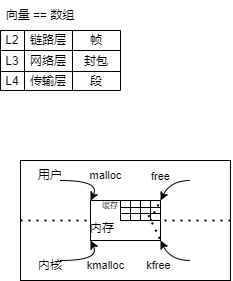
nayitian/drawio keeps this draw.io diagram as 深入理解Linux网络/简介.drawio.png. Above is the earlier version. Source tidied: cells renumbered, new cells last; positions are measured from the earlier drawing's top-left corner, leaving out a move shared by most shapes.
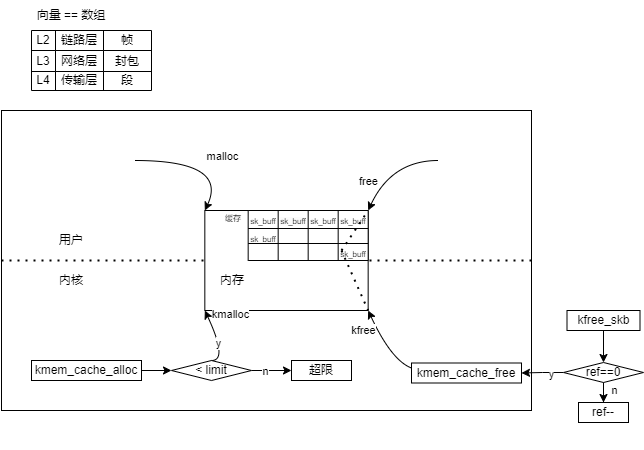
The same file after the commit.

What changed in the source:
```diff
@@ -44,26 +44,29 @@
     <mxCell id="15" value="&lt;font style=&quot;font-size: 12px;&quot;&gt;段&lt;/font&gt;" style="shape=partialRectangle;html=1;whiteSpace=wrap;strokeColor=inherit;overflow=hidden;fillColor=none;top=0;left=0;bottom=0;right=0;fontSize=12;" parent="12" vertex="1">
       <mxGeometry x="72" width="48" height="19" as="geometry" />
     </mxCell>
+    <mxCell id="49" style="group;" parent="1" vertex="1">
+      <mxGeometry x="10" y="110" width="490" height="340" as="geometry" />
+    </mxCell>
-    <mxCell id="16" style="rounded=0;whiteSpace=wrap;html=1;" parent="1" vertex="1">
-      <mxGeometry x="20" y="160" width="210" height="120" as="geometry" />
+    <mxCell id="16" style="rounded=0;whiteSpace=wrap;html=1;" parent="49" vertex="1">
+      <mxGeometry x="-40" width="530" height="300" as="geometry" />
     </mxCell>
-    <mxCell id="17" style="endArrow=none;dashed=1;html=1;dashPattern=1 3;strokeWidth=2;rounded=0;exitX=0;exitY=0.5;exitDx=0;exitDy=0;entryX=1;entryY=0.5;entryDx=0;entryDy=0;" parent="1" edge="1" source="16" target="16">
+    <mxCell id="17" style="endArrow=none;dashed=1;html=1;dashPattern=1 3;strokeWidth=2;rounded=0;exitX=0;exitY=0.5;exitDx=0;exitDy=0;entryX=1;entryY=0.5;entryDx=0;entryDy=0;" parent="49" edge="1" source="16" target="16">
       <mxGeometry relative="1" as="geometry" />
     </mxCell>
-    <mxCell id="18" value="用户" style="text;html=1;align=center;verticalAlign=middle;whiteSpace=wrap;rounded=0;" parent="1" vertex="1">
-      <mxGeometry x="20" y="160" width="60" height="30" as="geometry" />
+    <mxCell id="18" value="用户" style="text;html=1;align=center;verticalAlign=middle;whiteSpace=wrap;rounded=0;" parent="49" vertex="1">
+      <mxGeometry y="110" width="60" height="40" as="geometry" />
     </mxCell>
-    <mxCell id="19" value="内核" style="text;html=1;align=center;verticalAlign=middle;whiteSpace=wrap;rounded=0;" parent="1" vertex="1">
-      <mxGeometry x="20" y="250" width="60" height="30" as="geometry" />
+    <mxCell id="19" value="内核" style="text;html=1;align=center;verticalAlign=middle;whiteSpace=wrap;rounded=0;" parent="49" vertex="1">
+      <mxGeometry y="150" width="60" height="40" as="geometry" />
     </mxCell>
-    <mxCell id="20" style="rounded=0;whiteSpace=wrap;html=1;" parent="1" vertex="1">
-      <mxGeometry x="90" y="200" width="70" height="40" as="geometry" />
+    <mxCell id="20" style="rounded=0;whiteSpace=wrap;html=1;" parent="49" vertex="1">
+      <mxGeometry x="163.3" y="100" width="163.3" height="100" as="geometry" />
     </mxCell>
-    <mxCell id="21" style="endArrow=classic;html=1;rounded=0;entryX=0;entryY=0;entryDx=0;entryDy=0;curved=1;" parent="1" edge="1" target="20">
+    <mxCell id="21" style="endArrow=classic;html=1;rounded=0;entryX=0;entryY=0;entryDx=0;entryDy=0;curved=1;" parent="49" edge="1" target="20">
       <mxGeometry relative="1" as="geometry">
-        <mxPoint x="60" y="180" as="sourcePoint" />
+        <mxPoint x="93.3" y="50" as="sourcePoint" />
         <Array as="points">
-          <mxPoint x="100" y="180" />
+          <mxPoint x="186.7" y="50" />
         </Array>
       </mxGeometry>
     </mxCell>
@@ -72,109 +75,159 @@
         <mxPoint x="14" y="-4" as="offset" />
       </mxGeometry>
     </mxCell>
-    <mxCell id="23" style="endArrow=classic;html=1;rounded=0;entryX=0;entryY=0;entryDx=0;entryDy=0;curved=1;" parent="1" edge="1">
+    <mxCell id="23" style="endArrow=classic;html=1;rounded=0;entryX=0;entryY=0;entryDx=0;entryDy=0;curved=1;" parent="49" edge="1">
       <mxGeometry relative="1" as="geometry">
-        <mxPoint x="190" y="180" as="sourcePoint" />
-        <mxPoint x="160" y="200" as="targetPoint" />
+        <mxPoint x="396.7" y="50" as="sourcePoint" />
+        <mxPoint x="326.7" y="100" as="targetPoint" />
         <Array as="points">
-          <mxPoint x="170" y="180" />
+          <mxPoint x="350" y="50" />
         </Array>
       </mxGeometry>
     </mxCell>
     <mxCell id="24" value="free" style="edgeLabel;html=1;align=center;verticalAlign=middle;" parent="23" vertex="1">
       <mxGeometry x="-0.01" y="1" relative="1" as="geometry">
-        <mxPoint x="-11" y="-6" as="offset" />
+        <mxPoint x="-23" y="17" as="offset" />
       </mxGeometry>
     </mxCell>
-    <mxCell id="25" style="endArrow=classic;html=1;rounded=0;entryX=0;entryY=0;entryDx=0;entryDy=0;curved=1;" parent="1" edge="1">
+    <mxCell id="25" style="endArrow=classic;html=1;rounded=0;entryX=0;entryY=0;entryDx=0;entryDy=0;curved=1;exitX=0.5;exitY=0;exitDx=0;exitDy=0;" parent="49" edge="1" source="56">
       <mxGeometry relative="1" as="geometry">
-        <mxPoint x="60" y="260" as="sourcePoint" />
-        <mxPoint x="90" y="240" as="targetPoint" />
+        <mxPoint x="163.3" y="200" as="targetPoint" />
         <Array as="points">
-          <mxPoint x="100" y="260" />
+          <mxPoint x="186.7" y="250" />
         </Array>
       </mxGeometry>
     </mxCell>
     <mxCell id="26" value="kmalloc" style="edgeLabel;html=1;align=center;verticalAlign=middle;" parent="25" vertex="1">
       <mxGeometry x="-0.01" y="1" relative="1" as="geometry">
-        <mxPoint x="14" y="6" as="offset" />
+        <mxPoint x="11" y="-30" as="offset" />
       </mxGeometry>
     </mxCell>
+    <mxCell id="50" value="y" style="edgeLabel;html=1;align=center;verticalAlign=middle;" parent="25" vertex="1">
+      <mxGeometry x="0.05" y="2" relative="1" as="geometry" />
+    </mxCell>
-    <mxCell id="27" style="endArrow=classic;html=1;rounded=0;entryX=0;entryY=0;entryDx=0;entryDy=0;curved=1;" parent="1" edge="1">
+    <mxCell id="27" style="endArrow=classic;html=1;rounded=0;entryX=0;entryY=0;entryDx=0;entryDy=0;curved=1;exitX=0;exitY=0.25;exitDx=0;exitDy=0;" parent="49" edge="1" source="51">
       <mxGeometry relative="1" as="geometry">
-        <mxPoint x="190" y="260" as="sourcePoint" />
-        <mxPoint x="160" y="240" as="targetPoint" />
+        <mxPoint x="326.7" y="200" as="targetPoint" />
         <Array as="points">
-          <mxPoint x="170" y="260" />
+          <mxPoint x="350" y="250" />
         </Array>
       </mxGeometry>
     </mxCell>
     <mxCell id="28" value="kfree" style="edgeLabel;html=1;align=center;verticalAlign=middle;" parent="27" vertex="1">
       <mxGeometry x="-0.01" y="1" relative="1" as="geometry">
-        <mxPoint x="-11" y="5" as="offset" />
+        <mxPoint x="-21" y="-17" as="offset" />
       </mxGeometry>
     </mxCell>
-    <mxCell id="29" style="shape=table;startSize=0;" parent="1" vertex="1">
-      <mxGeometry x="120" y="200" width="40" height="20" as="geometry" />
+    <mxCell id="29" style="shape=table;startSize=0;" parent="49" vertex="1">
+      <mxGeometry x="206.7" y="100" width="120" height="50" as="geometry" />
     </mxCell>
     <mxCell id="30" style="shape=tableRow;horizontal=0;startSize=0;swimlaneHead=0;swimlaneBody=0;strokeColor=inherit;top=0;left=0;bottom=0;right=0;fillColor=none;" parent="29" vertex="1">
-      <mxGeometry width="40" height="7" as="geometry" />
+      <mxGeometry width="120" height="18" as="geometry" />
     </mxCell>
-    <mxCell id="31" style="shape=partialRectangle;html=1;whiteSpace=wrap;strokeColor=inherit;overflow=hidden;fillColor=none;top=0;left=0;bottom=0;right=0;" parent="30" vertex="1">
-      <mxGeometry width="10" height="7" as="geometry" />
+    <mxCell id="31" value="&lt;span style=&quot;font-size: 8px;&quot;&gt;sk_buff&lt;/span&gt;" style="shape=partialRectangle;html=1;whiteSpace=wrap;strokeColor=inherit;overflow=hidden;fillColor=none;top=0;left=0;bottom=0;right=0;" parent="30" vertex="1">
+      <mxGeometry width="30" height="18" as="geometry" />
     </mxCell>
-    <mxCell id="32" style="shape=partialRectangle;html=1;whiteSpace=wrap;strokeColor=inherit;overflow=hidden;fillColor=none;top=0;left=0;bottom=0;right=0;" parent="30" vertex="1">
-      <mxGeometry x="10" width="10" height="7" as="geometry" />
+    <mxCell id="32" value="&lt;span style=&quot;color: rgb(0, 0, 0); font-family: Helvetica; font-size: 8px; font-style: normal; font-variant-ligatures: normal; font-variant-caps: normal; font-weight: 400; letter-spacing: normal; orphans: 2; text-align: center; text-indent: 0px; text-transform: none; widows: 2; word-spacing: 0px; -webkit-text-stroke-width: 0px; white-space: normal; background-color: rgb(251, 251, 251); text-decoration-thickness: initial; text-decoration-style: initial; text-decoration-color: initial; display: inline !important; float: none;&quot;&gt;sk_buff&lt;/span&gt;" style="shape=partialRectangle;html=1;whiteSpace=wrap;strokeColor=inherit;overflow=hidden;fillColor=none;top=0;left=0;bottom=0;right=0;" parent="30" vertex="1">
+      <mxGeometry x="30" width="30" height="18" as="geometry" />
     </mxCell>
-    <mxCell id="33" style="shape=partialRectangle;html=1;whiteSpace=wrap;strokeColor=inherit;overflow=hidden;fillColor=none;top=0;left=0;bottom=0;right=0;" parent="30" vertex="1">
-      <mxGeometry x="20" width="10" height="7" as="geometry" />
+    <mxCell id="33" value="&lt;span style=&quot;font-size: 8px;&quot;&gt;sk_buff&lt;/span&gt;" style="shape=partialRectangle;html=1;whiteSpace=wrap;strokeColor=inherit;overflow=hidden;fillColor=none;top=0;left=0;bottom=0;right=0;" parent="30" vertex="1">
+      <mxGeometry x="60" width="30" height="18" as="geometry" />
     </mxCell>
-    <mxCell id="34" style="shape=partialRectangle;html=1;whiteSpace=wrap;strokeColor=inherit;overflow=hidden;fillColor=none;top=0;left=0;bottom=0;right=0;" parent="30" vertex="1">
-      <mxGeometry x="30" width="10" height="7" as="geometry" />
+    <mxCell id="34" value="&lt;span style=&quot;font-size: 8px;&quot;&gt;sk_buff&lt;/span&gt;" style="shape=partialRectangle;html=1;whiteSpace=wrap;strokeColor=inherit;overflow=hidden;fillColor=none;top=0;left=0;bottom=0;right=0;" parent="30" vertex="1">
+      <mxGeometry x="90" width="30" height="18" as="geometry" />
     </mxCell>
     <mxCell id="35" style="shape=tableRow;horizontal=0;startSize=0;swimlaneHead=0;swimlaneBody=0;strokeColor=inherit;top=0;left=0;bottom=0;right=0;fillColor=none;" parent="29" vertex="1">
-      <mxGeometry y="7" width="40" height="6" as="geometry" />
+      <mxGeometry y="18" width="120" height="15" as="geometry" />
     </mxCell>
-    <mxCell id="36" style="shape=partialRectangle;html=1;whiteSpace=wrap;strokeColor=inherit;overflow=hidden;fillColor=none;top=0;left=0;bottom=0;right=0;" parent="35" vertex="1">
-      <mxGeometry width="10" height="6" as="geometry" />
+    <mxCell id="36" value="&lt;span style=&quot;font-size: 8px;&quot;&gt;sk_buff&lt;/span&gt;" style="shape=partialRectangle;html=1;whiteSpace=wrap;strokeColor=inherit;overflow=hidden;fillColor=none;top=0;left=0;bottom=0;right=0;" parent="35" vertex="1">
+      <mxGeometry width="30" height="15" as="geometry" />
     </mxCell>
     <mxCell id="37" style="shape=partialRectangle;html=1;whiteSpace=wrap;strokeColor=inherit;overflow=hidden;fillColor=none;top=0;left=0;bottom=0;right=0;" parent="35" vertex="1">
-      <mxGeometry x="10" width="10" height="6" as="geometry" />
+      <mxGeometry x="30" width="30" height="15" as="geometry" />
     </mxCell>
     <mxCell id="38" style="shape=partialRectangle;html=1;whiteSpace=wrap;strokeColor=inherit;overflow=hidden;fillColor=none;top=0;left=0;bottom=0;right=0;" parent="35" vertex="1">
-      <mxGeometry x="20" width="10" height="6" as="geometry" />
+      <mxGeometry x="60" width="30" height="15" as="geometry" />
     </mxCell>
     <mxCell id="39" style="shape=partialRectangle;html=1;whiteSpace=wrap;strokeColor=inherit;overflow=hidden;fillColor=none;top=0;left=0;bottom=0;right=0;" parent="35" vertex="1">
-      <mxGeometry x="30" width="10" height="6" as="geometry" />
+      <mxGeometry x="90" width="30" height="15" as="geometry" />
     </mxCell>
     <mxCell id="40" style="shape=tableRow;horizontal=0;startSize=0;swimlaneHead=0;swimlaneBody=0;strokeColor=inherit;top=0;left=0;bottom=0;right=0;fillColor=none;points=[[0,0.5],[1,0.5]];portConstraint=eastwest;" parent="29" vertex="1">
-      <mxGeometry y="13" width="40" height="7" as="geometry" />
+      <mxGeometry y="33" width="120" height="17" as="geometry" />
     </mxCell>
     <mxCell id="41" style="shape=partialRectangle;html=1;whiteSpace=wrap;strokeColor=inherit;overflow=hidden;fillColor=none;top=0;left=0;bottom=0;right=0;" parent="40" vertex="1">
-      <mxGeometry width="10" height="7" as="geometry" />
+      <mxGeometry width="30" height="17" as="geometry" />
     </mxCell>
     <mxCell id="42" style="shape=partialRectangle;html=1;whiteSpace=wrap;strokeColor=inherit;overflow=hidden;fillColor=none;top=0;left=0;bottom=0;right=0;" parent="40" vertex="1">
-      <mxGeometry x="10" width="10" height="7" as="geometry" />
+      <mxGeometry x="30" width="30" height="17" as="geometry" />
     </mxCell>
     <mxCell id="43" style="shape=partialRectangle;html=1;whiteSpace=wrap;strokeColor=inherit;overflow=hidden;fillColor=none;top=0;left=0;bottom=0;right=0;" parent="40" vertex="1">
-      <mxGeometry x="20" width="10" height="7" as="geometry" />
+      <mxGeometry x="60" width="30" height="17" as="geometry" />
     </mxCell>
-    <mxCell id="44" style="shape=partialRectangle;html=1;whiteSpace=wrap;strokeColor=inherit;overflow=hidden;fillColor=none;top=0;left=0;bottom=0;right=0;" parent="40" vertex="1">
-      <mxGeometry x="30" width="10" height="7" as="geometry" />
+    <mxCell id="44" value="&lt;span style=&quot;font-size: 8px;&quot;&gt;sk_buff&lt;/span&gt;" style="shape=partialRectangle;html=1;whiteSpace=wrap;strokeColor=inherit;overflow=hidden;fillColor=none;top=0;left=0;bottom=0;right=0;" parent="40" vertex="1">
+      <mxGeometry x="90" width="30" height="17" as="geometry" />
     </mxCell>
-    <mxCell id="45" value="内存" style="text;html=1;align=center;verticalAlign=middle;whiteSpace=wrap;rounded=0;" parent="1" vertex="1">
-      <mxGeometry x="72" y="213" width="60" height="30" as="geometry" />
+    <mxCell id="45" value="内存" style="text;html=1;align=center;verticalAlign=middle;whiteSpace=wrap;rounded=0;" parent="49" vertex="1">
+      <mxGeometry x="121.3" y="132.5" width="140" height="75" as="geometry" />
     </mxCell>
-    <mxCell id="46" value="缓存" style="text;html=1;align=center;verticalAlign=middle;whiteSpace=wrap;rounded=0;fontSize=8;" parent="1" vertex="1">
-      <mxGeometry x="80" y="190" width="60" height="30" as="geometry" />
+    <mxCell id="46" value="缓存" style="text;html=1;align=center;verticalAlign=middle;whiteSpace=wrap;rounded=0;fontSize=8;" parent="49" vertex="1">
+      <mxGeometry x="176.7" y="100" width="30" height="15" as="geometry" />
     </mxCell>
-    <mxCell id="47" style="endArrow=none;dashed=1;html=1;dashPattern=1 3;strokeWidth=2;rounded=0;entryX=1;entryY=1;entryDx=0;entryDy=0;exitX=0.703;exitY=0.252;exitDx=0;exitDy=0;exitPerimeter=0;" parent="1" edge="1" source="40" target="20">
-      <mxGeometry relative="1" as="geometry" />
+    <mxCell id="47" style="endArrow=none;dashed=1;html=1;dashPattern=1 3;strokeWidth=2;rounded=0;entryX=1;entryY=1;entryDx=0;entryDy=0;" parent="49" edge="1" target="20">
+      <mxGeometry relative="1" as="geometry">
+        <mxPoint x="300" y="140" as="sourcePoint" />
+      </mxGeometry>
     </mxCell>
-    <mxCell id="48" style="endArrow=none;dashed=1;html=1;dashPattern=1 3;strokeWidth=2;rounded=0;entryX=1;entryY=0;entryDx=0;entryDy=0;" parent="1" edge="1" target="29">
+    <mxCell id="48" style="endArrow=none;dashed=1;html=1;dashPattern=1 3;strokeWidth=2;rounded=0;entryX=1;entryY=0;entryDx=0;entryDy=0;" parent="49" edge="1" target="29">
       <mxGeometry relative="1" as="geometry">
-        <mxPoint x="150" y="220" as="sourcePoint" />
+        <mxPoint x="300" y="140" as="sourcePoint" />
       </mxGeometry>
     </mxCell>
+    <mxCell id="51" value="kmem_cache_free" style="rounded=0;whiteSpace=wrap;html=1;" parent="49" vertex="1">
+      <mxGeometry x="370" y="252.5" width="110" height="20" as="geometry" />
+    </mxCell>
+    <mxCell id="52" style="edgeStyle=orthogonalEdgeStyle;rounded=0;jettySize=auto;html=1;entryX=0;entryY=0.5;entryDx=0;entryDy=0;" parent="49" edge="1" source="53" target="56">
+      <mxGeometry relative="1" as="geometry" />
+    </mxCell>
+    <mxCell id="53" value="kmem_cache_alloc" style="rounded=0;whiteSpace=wrap;html=1;" parent="49" vertex="1">
+      <mxGeometry x="-10" y="250" width="110" height="20" as="geometry" />
+    </mxCell>
+    <mxCell id="54" style="edgeStyle=orthogonalEdgeStyle;rounded=0;jettySize=auto;html=1;entryX=0;entryY=0.5;entryDx=0;entryDy=0;" parent="49" edge="1" source="56" target="57">
+      <mxGeometry relative="1" as="geometry" />
+    </mxCell>
+    <mxCell id="55" value="n" style="edgeLabel;html=1;align=center;verticalAlign=middle;" parent="54" vertex="1">
+      <mxGeometry x="-0.36" relative="1" as="geometry" />
+    </mxCell>
+    <mxCell id="56" value="&amp;lt; limit" style="rhombus;whiteSpace=wrap;html=1;" parent="49" vertex="1">
+      <mxGeometry x="130" y="250" width="80" height="20" as="geometry" />
+    </mxCell>
+    <mxCell id="57" value="超限" style="rounded=0;whiteSpace=wrap;html=1;" parent="49" vertex="1">
+      <mxGeometry x="250" y="250" width="60" height="20" as="geometry" />
+    </mxCell>
+    <mxCell id="58" value="ref--" style="rounded=0;whiteSpace=wrap;html=1;" parent="1" vertex="1">
+      <mxGeometry x="547" y="402" width="50" height="20" as="geometry" />
+    </mxCell>
+    <mxCell id="59" style="edgeStyle=orthogonalEdgeStyle;rounded=0;jettySize=auto;html=1;entryX=0.5;entryY=0;entryDx=0;entryDy=0;" parent="1" edge="1" source="63" target="58">
+      <mxGeometry relative="1" as="geometry" />
+    </mxCell>
+    <mxCell id="60" value="n" style="edgeLabel;html=1;align=center;verticalAlign=middle;" parent="59" vertex="1">
+      <mxGeometry x="0.1" y="-2" relative="1" as="geometry">
+        <mxPoint x="8" as="offset" />
+      </mxGeometry>
+    </mxCell>
+    <mxCell id="61" style="edgeStyle=orthogonalEdgeStyle;rounded=0;jettySize=auto;html=1;entryX=1;entryY=0.5;entryDx=0;entryDy=0;" parent="1" edge="1" source="63" target="51">
+      <mxGeometry relative="1" as="geometry" />
+    </mxCell>
+    <mxCell id="62" value="y" style="edgeLabel;html=1;align=center;verticalAlign=middle;" parent="61" vertex="1">
+      <mxGeometry x="-0.4" y="1" relative="1" as="geometry" />
+    </mxCell>
+    <mxCell id="63" value="ref==0" style="rhombus;whiteSpace=wrap;html=1;" parent="1" vertex="1">
+      <mxGeometry x="532" y="362" width="80" height="20" as="geometry" />
+    </mxCell>
+    <mxCell id="64" style="edgeStyle=orthogonalEdgeStyle;rounded=0;jettySize=auto;html=1;entryX=0.5;entryY=0;entryDx=0;entryDy=0;" parent="1" edge="1" source="65" target="63">
+      <mxGeometry relative="1" as="geometry" />
+    </mxCell>
+    <mxCell id="65" value="kfree_skb" style="rounded=0;whiteSpace=wrap;html=1;" parent="1" vertex="1">
+      <mxGeometry x="535.5" y="310" width="73" height="20" as="geometry" />
+    </mxCell>
   </root>
 </mxGraphModel>
```
